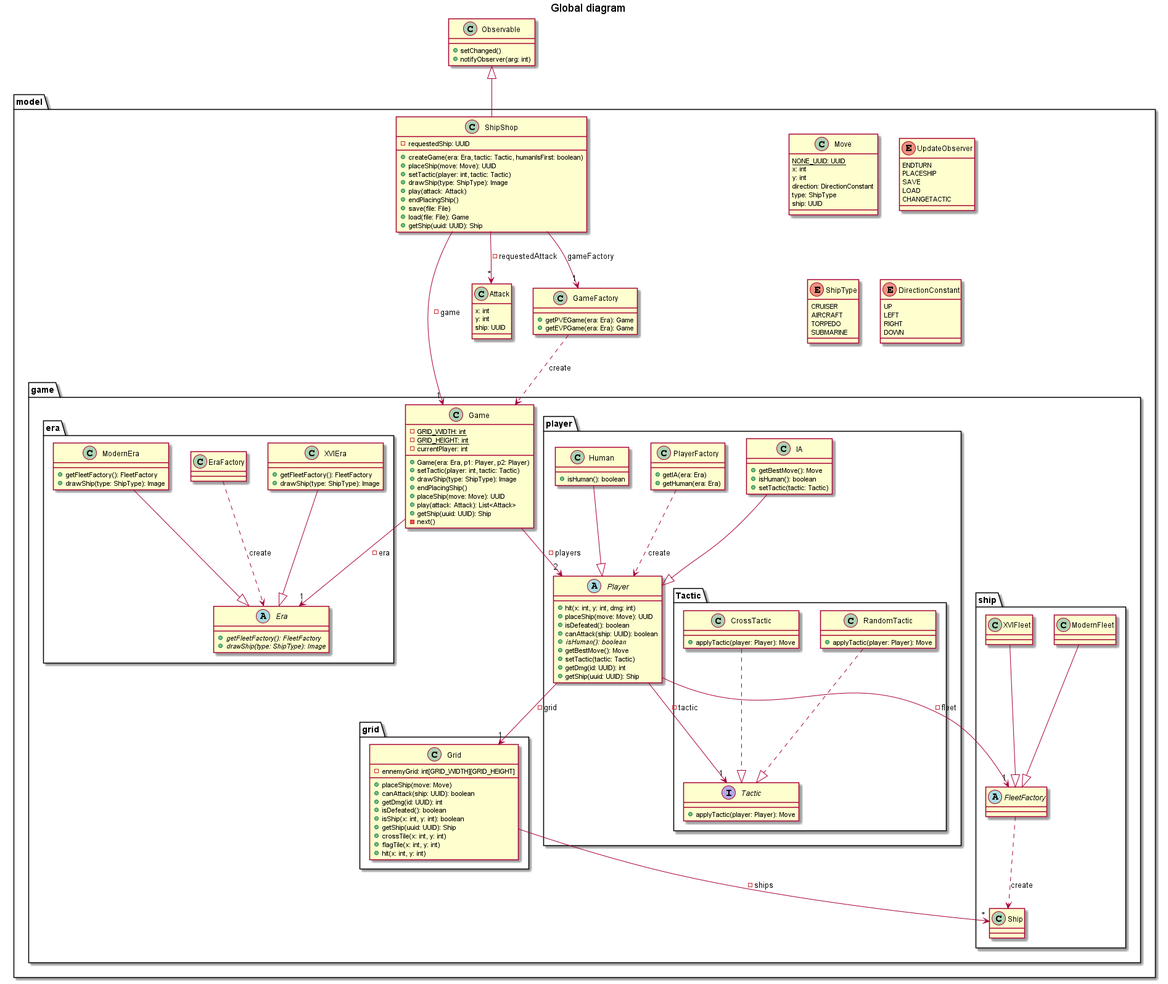
The PlantUML diagram doc/conception/image/class/global.png in Reynault/ShipShop, before a commit.
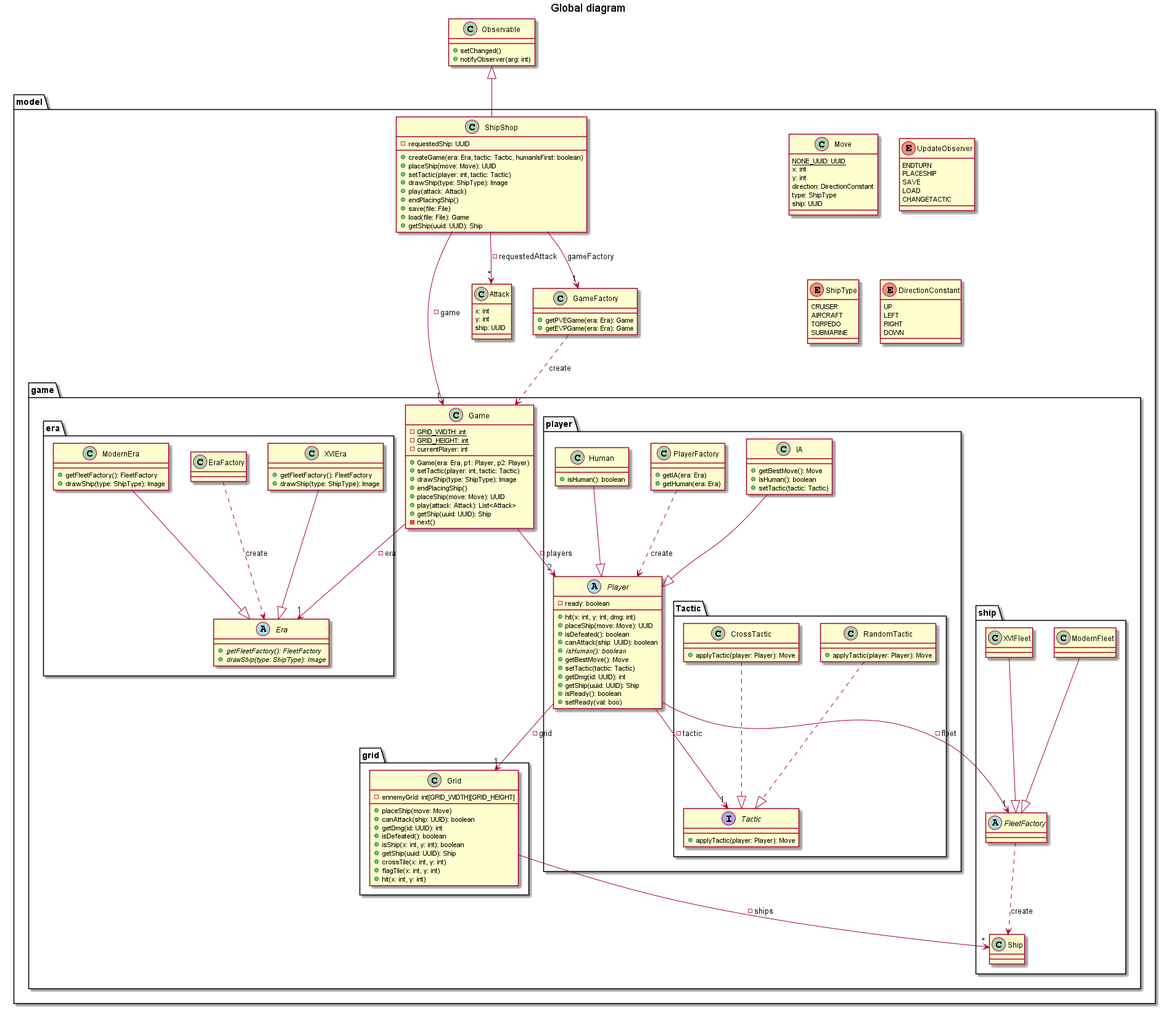
The same file after the commit.

What changed in the source:
```diff
@@ -151,6 +151,7 @@
             }
 
             abstract Player{
+                - ready: boolean
                 + hit(x: int, y: int, dmg: int)
                 + placeShip(move: Move): UUID
                 + isDefeated(): boolean
@@ -160,6 +161,8 @@
                 + setTactic(tactic: Tactic)
                 + getDmg(id: UUID): int
                 + getShip(uuid: UUID): Ship
+                + isReady(): boolean
+                + setReady(val: boo)
             }
 
             class Human{
```
